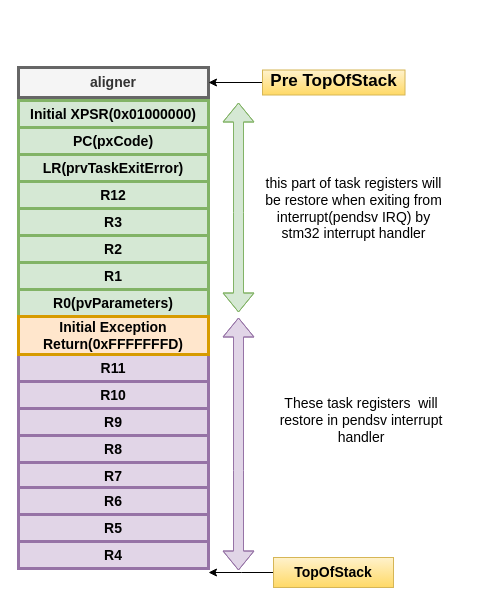
Above: FreeRTOS/diagrams/TaskStackFrame.drawio in over-infinity/-Tutorials (draw.io), before the change. Source tidied: cells renumbered, new cells numbered last; positions are measured from the earlier drawing's top-left corner, leaving out a move shared by most shapes. Both pictures are drawn from the tidied source at 100%, with x=0, y=0 at pixel (18, 67).
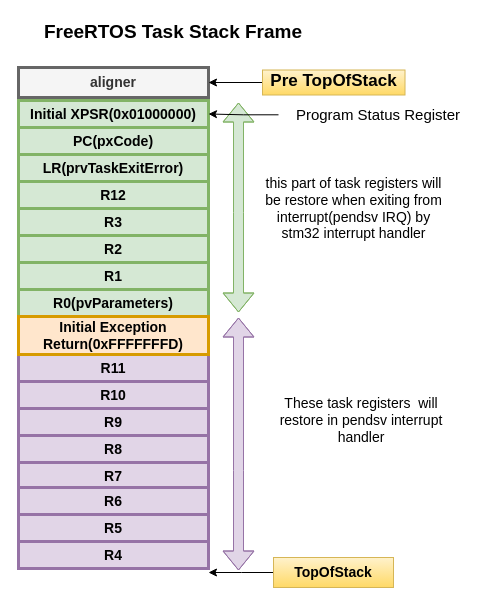
Above is the later version.

Unchanged cells that the change refers to:
```xml
<mxCell id="5" value="Initial XPSR(0x01000000)" style="rounded=0;whiteSpace=wrap;html=1;strokeWidth=3;fillColor=#d5e8d4;strokeColor=#82b366;fontSize=14;fontStyle=1;" parent="1" vertex="1">
  <mxGeometry y="33" width="190" height="27" as="geometry" />
</mxCell>
```

What changed in the source:
```diff
@@
+    <mxCell id="28" value="FreeRTOS Task Stack Frame" style="text;html=1;strokeColor=none;fillColor=none;align=center;verticalAlign=middle;whiteSpace=wrap;rounded=0;strokeWidth=5;fontSize=19;fontStyle=1;" parent="1" vertex="1">
+      <mxGeometry y="-50" width="310" height="30" as="geometry" />
+    </mxCell>
+    <mxCell id="29" style="edgeStyle=orthogonalEdgeStyle;rounded=0;jettySize=auto;html=1;fontSize=19;" parent="1" edge="1" source="30" target="5">
+      <mxGeometry relative="1" as="geometry" />
+    </mxCell>
+    <mxCell id="30" value="Program Status Register" style="text;html=1;strokeColor=none;fillColor=none;align=center;verticalAlign=middle;whiteSpace=wrap;rounded=0;fontSize=15;" parent="1" vertex="1">
+      <mxGeometry x="260" y="33" width="200" height="28.5" as="geometry" />
+    </mxCell>
```
